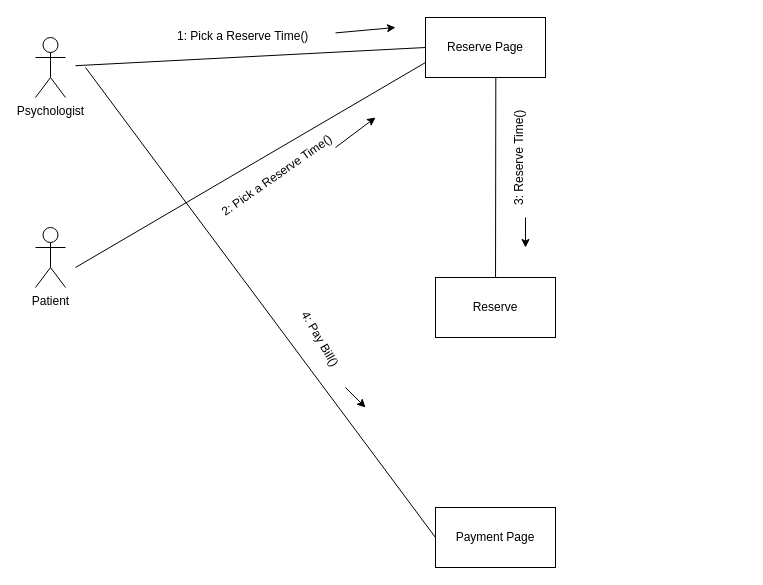
Earlier version of the draw.io diagram Communication Diagram/communication Diagram Reserve.drawio (mohammadamir98/Sama_sw1). Source tidied: cells renumbered, new cells numbered last; positions are measured from the earlier drawing's top-left corner, leaving out a move shared by most shapes. Both pictures are drawn from the tidied source at 100%, with x=0, y=0 at pixel (35, 17).
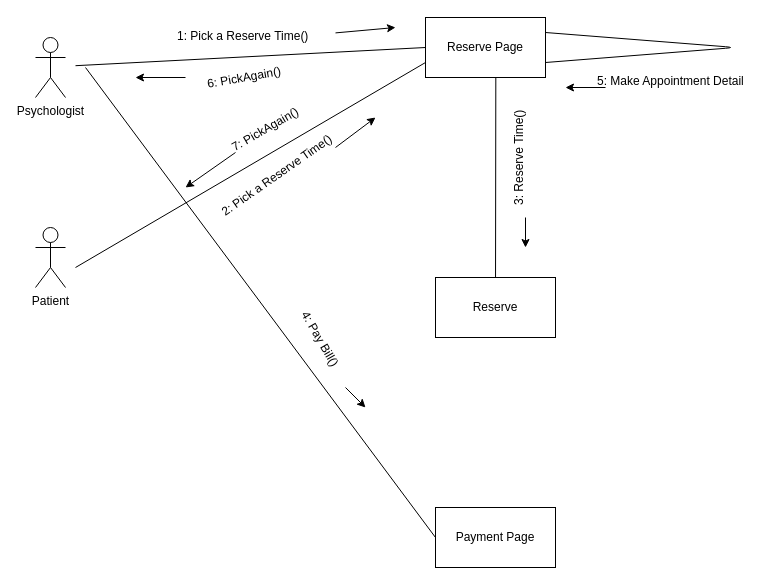
After the change.

Unchanged cells that the change refers to:
```xml
<mxCell id="4" value="Reserve Page" style="rounded=0;whiteSpace=wrap;html=1;" parent="1" vertex="1">
  <mxGeometry x="390" width="120" height="60" as="geometry" />
</mxCell>
```

Diff of the diagram source:
```diff
@@
+    <mxCell id="19" value="5: Make Appointment Detail" style="text;html=1;" parent="1" vertex="1">
+      <mxGeometry x="560" y="50" width="150" height="28" as="geometry" />
+    </mxCell>
+    <mxCell id="20" style="endArrow=none;html=1;exitX=1;exitY=0.25;exitDx=0;exitDy=0;entryX=1;entryY=0.75;entryDx=0;entryDy=0;" parent="1" edge="1" source="4" target="4">
+      <mxGeometry relative="1" as="geometry">
+        <Array as="points">
+          <mxPoint x="700" y="30" />
+        </Array>
+      </mxGeometry>
+    </mxCell>
+    <mxCell id="21" style="endArrow=classic;html=1;" parent="1" edge="1">
+      <mxGeometry relative="1" as="geometry">
+        <mxPoint x="570" y="70" as="sourcePoint" />
+        <mxPoint x="530" y="70" as="targetPoint" />
+      </mxGeometry>
+    </mxCell>
+    <mxCell id="22" value="6: PickAgain()" style="text;html=1;rotation=-10;" parent="1" vertex="1">
+      <mxGeometry x="170" y="45" width="90" height="30" as="geometry" />
+    </mxCell>
+    <mxCell id="23" value="7: PickAgain()" style="text;html=1;rotation=-30;" parent="1" vertex="1">
+      <mxGeometry x="190" y="95" width="90" height="30" as="geometry" />
+    </mxCell>
+    <mxCell id="24" style="endArrow=classic;html=1;" parent="1" edge="1">
+      <mxGeometry relative="1" as="geometry">
+        <mxPoint x="150" y="60" as="sourcePoint" />
+        <mxPoint x="100" y="60" as="targetPoint" />
+      </mxGeometry>
+    </mxCell>
+    <mxCell id="25" style="endArrow=classic;html=1;" parent="1" edge="1">
+      <mxGeometry relative="1" as="geometry">
+        <mxPoint x="200" y="135" as="sourcePoint" />
+        <mxPoint x="150" y="170" as="targetPoint" />
+      </mxGeometry>
+    </mxCell>
```
